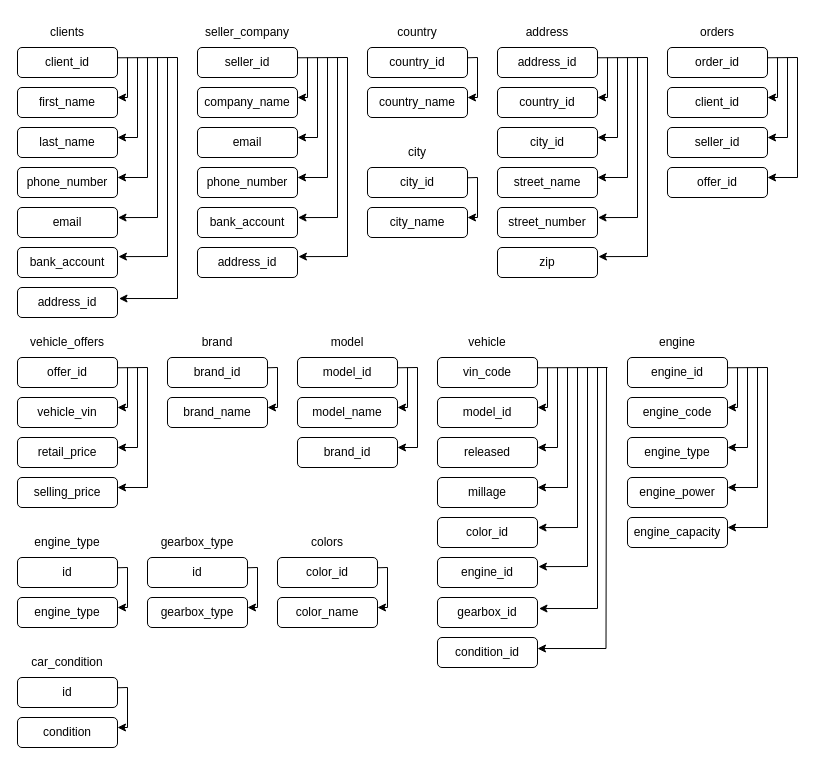
Earlier version of the draw.io diagram page "normalization v2" (3 of 5) of Car Marketplace.drawio (kstekels/Car-Marketplace). Source tidied: cells renumbered, new cells numbered last; positions are measured from the earlier drawing's top-left corner, leaving out a move shared by most shapes. Both pictures are drawn from the tidied source at 100%, with x=0, y=0 at pixel (17, 17).
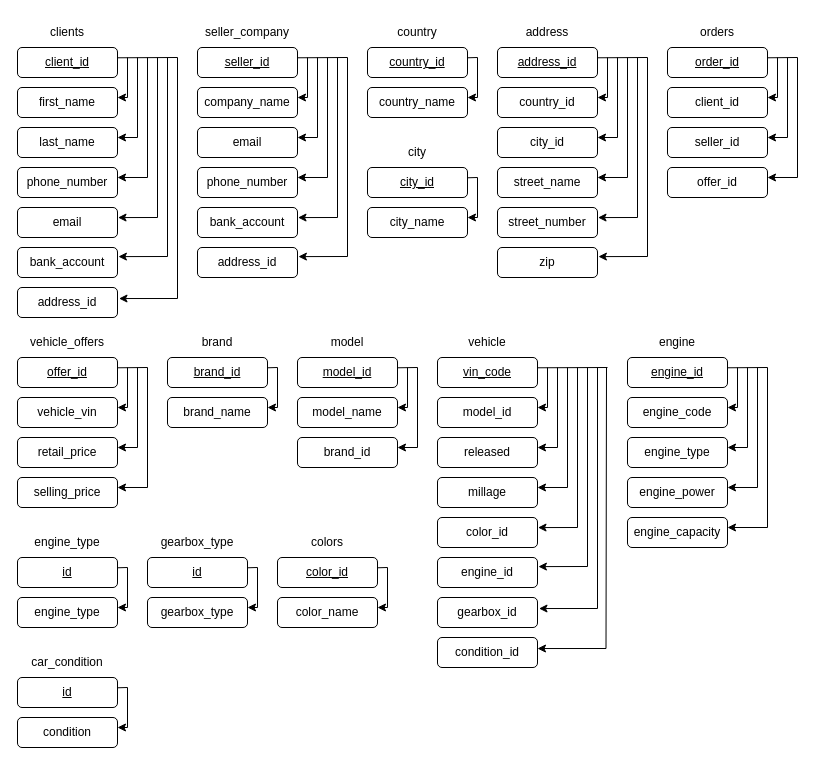
The same page after the edit.

Change to the diagram source:
```diff
@@
-    <mxCell id="3" value="client_id" style="rounded=1;whiteSpace=wrap;html=1;" parent="1" vertex="1">
+    <mxCell id="3" value="&lt;u&gt;client_id&lt;/u&gt;" style="rounded=1;whiteSpace=wrap;html=1;" parent="1" vertex="1">
       <mxGeometry y="30" width="100" height="30" as="geometry" />
     </mxCell>
@@
-    <mxCell id="17" value="&lt;font style=&quot;font-size: 12px&quot;&gt;seller_id&lt;/font&gt;" style="rounded=1;whiteSpace=wrap;html=1;" parent="1" vertex="1">
+    <mxCell id="17" value="&lt;u&gt;&lt;font style=&quot;font-size: 12px&quot;&gt;seller_id&lt;/font&gt;&lt;/u&gt;" style="rounded=1;whiteSpace=wrap;html=1;" parent="1" vertex="1">
       <mxGeometry x="180" y="30" width="100" height="30" as="geometry" />
     </mxCell>
@@
-    <mxCell id="30" value="&lt;font style=&quot;font-size: 12px&quot;&gt;country_id&lt;/font&gt;" style="rounded=1;whiteSpace=wrap;html=1;" parent="1" vertex="1">
+    <mxCell id="30" value="&lt;u&gt;&lt;font style=&quot;font-size: 12px&quot;&gt;country_id&lt;/font&gt;&lt;/u&gt;" style="rounded=1;whiteSpace=wrap;html=1;" parent="1" vertex="1">
       <mxGeometry x="350" y="30" width="100" height="30" as="geometry" />
     </mxCell>
@@
-    <mxCell id="35" value="&lt;font style=&quot;font-size: 12px&quot;&gt;city_id&lt;/font&gt;" style="rounded=1;whiteSpace=wrap;html=1;" parent="1" vertex="1">
+    <mxCell id="35" value="&lt;u&gt;&lt;font style=&quot;font-size: 12px&quot;&gt;city_id&lt;/font&gt;&lt;/u&gt;" style="rounded=1;whiteSpace=wrap;html=1;" parent="1" vertex="1">
       <mxGeometry x="350" y="150" width="100" height="30" as="geometry" />
     </mxCell>
@@
-    <mxCell id="41" value="address_id" style="rounded=1;whiteSpace=wrap;html=1;" parent="1" vertex="1">
+    <mxCell id="41" value="&lt;u&gt;address_id&lt;/u&gt;" style="rounded=1;whiteSpace=wrap;html=1;" parent="1" vertex="1">
       <mxGeometry x="480" y="30" width="100" height="30" as="geometry" />
     </mxCell>
@@
-    <mxCell id="54" value="order_id" style="rounded=1;whiteSpace=wrap;html=1;" parent="1" vertex="1">
+    <mxCell id="54" value="&lt;u&gt;order_id&lt;/u&gt;" style="rounded=1;whiteSpace=wrap;html=1;" parent="1" vertex="1">
       <mxGeometry x="650" y="30" width="100" height="30" as="geometry" />
     </mxCell>
@@
-    <mxCell id="63" value="offer_id" style="rounded=1;whiteSpace=wrap;html=1;" parent="1" vertex="1">
+    <mxCell id="63" value="&lt;u&gt;offer_id&lt;/u&gt;" style="rounded=1;whiteSpace=wrap;html=1;" parent="1" vertex="1">
       <mxGeometry y="340" width="100" height="30" as="geometry" />
     </mxCell>
@@
-    <mxCell id="71" value="&lt;font style=&quot;font-size: 12px&quot;&gt;brand_id&lt;/font&gt;" style="rounded=1;whiteSpace=wrap;html=1;" parent="1" vertex="1">
+    <mxCell id="71" value="&lt;u&gt;&lt;font style=&quot;font-size: 12px&quot;&gt;brand_id&lt;/font&gt;&lt;/u&gt;" style="rounded=1;whiteSpace=wrap;html=1;" parent="1" vertex="1">
       <mxGeometry x="150" y="340" width="100" height="30" as="geometry" />
     </mxCell>
@@
-    <mxCell id="77" value="model_id" style="rounded=1;whiteSpace=wrap;html=1;" parent="1" vertex="1">
+    <mxCell id="77" value="&lt;u&gt;model_id&lt;/u&gt;" style="rounded=1;whiteSpace=wrap;html=1;" parent="1" vertex="1">
       <mxGeometry x="280" y="340" width="100" height="30" as="geometry" />
     </mxCell>
@@
-    <mxCell id="84" value="vin_code" style="rounded=1;whiteSpace=wrap;html=1;" parent="1" vertex="1">
+    <mxCell id="84" value="&lt;u&gt;vin_code&lt;/u&gt;" style="rounded=1;whiteSpace=wrap;html=1;" parent="1" vertex="1">
       <mxGeometry x="420" y="340" width="100" height="30" as="geometry" />
     </mxCell>
@@
-    <mxCell id="101" value="engine_id" style="rounded=1;whiteSpace=wrap;html=1;" parent="1" vertex="1">
+    <mxCell id="101" value="&lt;u&gt;engine_id&lt;/u&gt;" style="rounded=1;whiteSpace=wrap;html=1;" parent="1" vertex="1">
       <mxGeometry x="610" y="340" width="100" height="30" as="geometry" />
     </mxCell>
@@
-    <mxCell id="109" value="&lt;font style=&quot;font-size: 12px&quot;&gt;id&lt;/font&gt;" style="rounded=1;whiteSpace=wrap;html=1;" parent="1" vertex="1">
+    <mxCell id="109" value="&lt;u&gt;&lt;font style=&quot;font-size: 12px&quot;&gt;id&lt;/font&gt;&lt;/u&gt;" style="rounded=1;whiteSpace=wrap;html=1;" parent="1" vertex="1">
       <mxGeometry y="540" width="100" height="30" as="geometry" />
     </mxCell>
@@
-    <mxCell id="114" value="&lt;font style=&quot;font-size: 12px&quot;&gt;id&lt;/font&gt;" style="rounded=1;whiteSpace=wrap;html=1;" parent="1" vertex="1">
+    <mxCell id="114" value="&lt;u&gt;&lt;font style=&quot;font-size: 12px&quot;&gt;id&lt;/font&gt;&lt;/u&gt;" style="rounded=1;whiteSpace=wrap;html=1;" parent="1" vertex="1">
       <mxGeometry x="130" y="540" width="100" height="30" as="geometry" />
     </mxCell>
@@
-    <mxCell id="119" value="&lt;font style=&quot;font-size: 12px&quot;&gt;id&lt;/font&gt;" style="rounded=1;whiteSpace=wrap;html=1;" parent="1" vertex="1">
+    <mxCell id="119" value="&lt;u&gt;&lt;font style=&quot;font-size: 12px&quot;&gt;id&lt;/font&gt;&lt;/u&gt;" style="rounded=1;whiteSpace=wrap;html=1;" parent="1" vertex="1">
       <mxGeometry y="660" width="100" height="30" as="geometry" />
     </mxCell>
@@
-    <mxCell id="124" value="color_id" style="rounded=1;whiteSpace=wrap;html=1;" parent="1" vertex="1">
+    <mxCell id="124" value="&lt;u&gt;color_id&lt;/u&gt;" style="rounded=1;whiteSpace=wrap;html=1;" parent="1" vertex="1">
       <mxGeometry x="260" y="540" width="100" height="30" as="geometry" />
     </mxCell>
```
